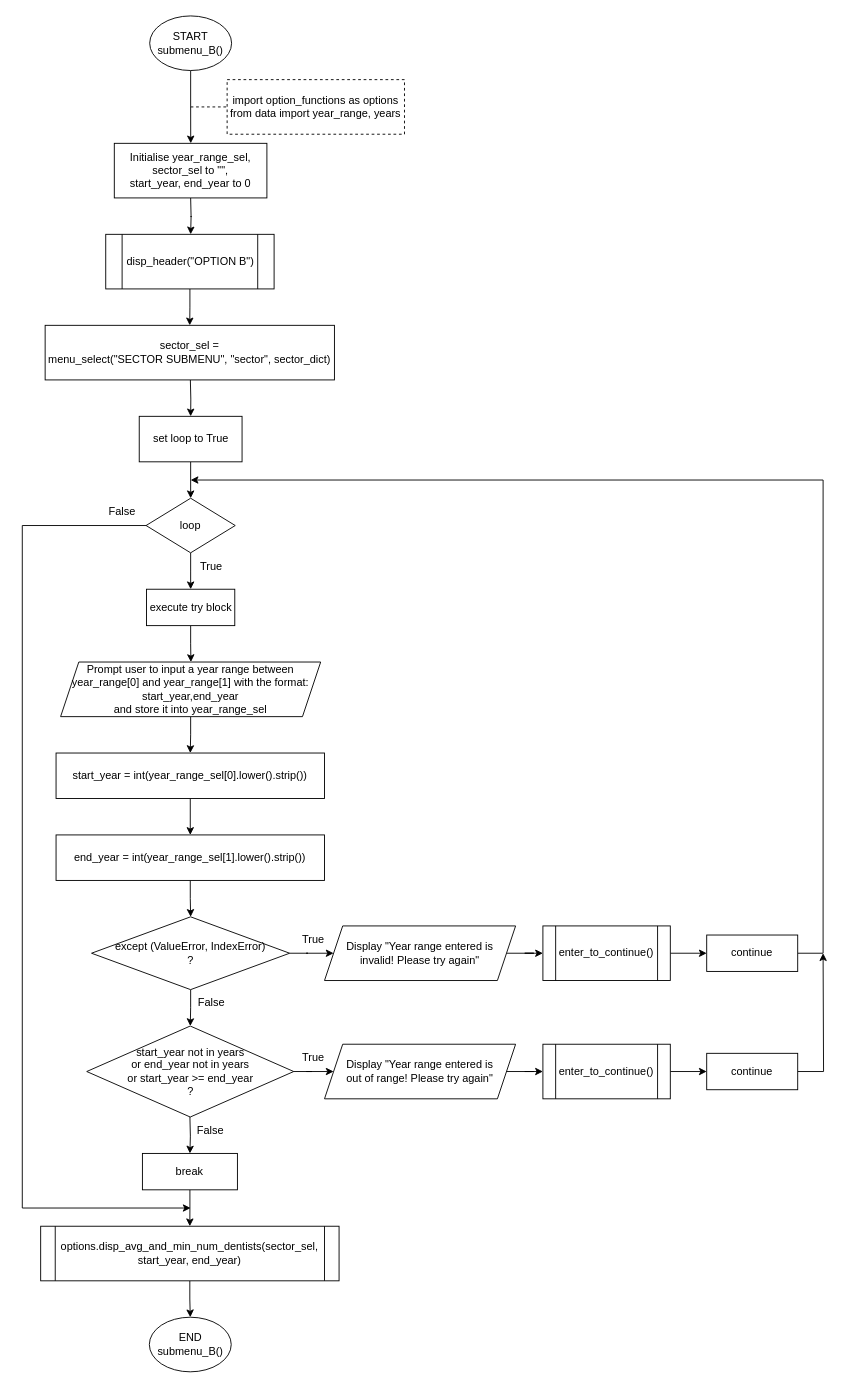
This is Flow Charts/submenu_B.drawio from SNGTech/CPPSProject, a draw.io file, before an edit. Source tidied: cells renumbered, new cells numbered last; positions are measured from the earlier drawing's top-left corner, leaving out a move shared by most shapes. Both pictures are drawn from the tidied source at 91%, with x=0, y=0 at pixel (22, 15).
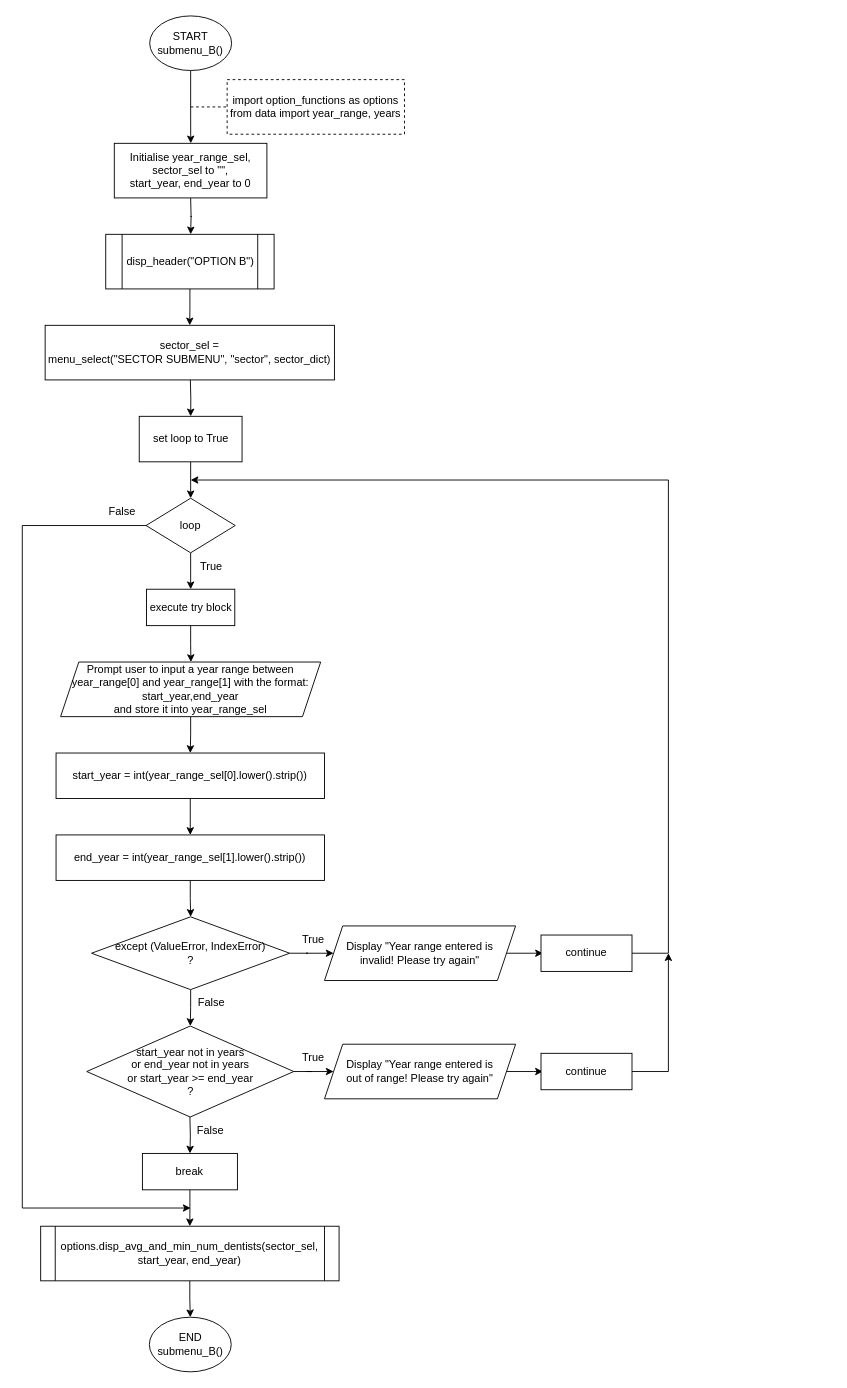
Above is the later version.

Unchanged cells that the change refers to:
```xml
<mxCell id="23" value="Display &quot;Year range entered is&lt;br style=&quot;border-color: var(--border-color);&quot;&gt;invalid! Please try again&quot;" style="shape=parallelogram;perimeter=parallelogramPerimeter;whiteSpace=wrap;html=1;fixedSize=1;" parent="1" vertex="1">
  <mxGeometry x="332.1" y="1000" width="210" height="60" as="geometry" />
</mxCell>
<mxCell id="32" value="Display &quot;Year range entered is &lt;br&gt;out of range! Please try again&quot;" style="shape=parallelogram;perimeter=parallelogramPerimeter;whiteSpace=wrap;html=1;fixedSize=1;" parent="1" vertex="1">
  <mxGeometry x="332.1" y="1130" width="210" height="60" as="geometry" />
</mxCell>
```

What changed in the source:
```diff
@@
-    <mxCell id="22" style="edgeStyle=orthogonalEdgeStyle;rounded=0;jettySize=auto;html=1;" parent="1" edge="1" source="23" target="25">
-      <mxGeometry relative="1" as="geometry" />
+    <mxCell id="22" style="edgeStyle=orthogonalEdgeStyle;rounded=0;jettySize=auto;html=1;" parent="1" edge="1" source="23">
+      <mxGeometry relative="1" as="geometry">
+        <mxPoint x="572.1" y="1030" as="targetPoint" />
+      </mxGeometry>
     </mxCell>
@@
-    <mxCell id="24" style="edgeStyle=orthogonalEdgeStyle;rounded=0;jettySize=auto;html=1;" parent="1" edge="1" source="25" target="28">
-      <mxGeometry relative="1" as="geometry" />
-    </mxCell>
-    <mxCell id="25" value="enter_to_continue()" style="shape=process;whiteSpace=wrap;html=1;backgroundOutline=1;" parent="1" vertex="1">
-      <mxGeometry x="572.1" y="1000" width="140" height="60" as="geometry" />
-    </mxCell>
@@
     <mxCell id="27" style="edgeStyle=orthogonalEdgeStyle;rounded=0;jettySize=auto;html=1;exitX=1;exitY=0.5;exitDx=0;exitDy=0;" parent="1" edge="1" source="28">
       <mxGeometry relative="1" as="geometry">
         <mxPoint x="185" y="510" as="targetPoint" />
         <Array as="points">
-          <mxPoint x="880" y="1030" />
+          <mxPoint x="710" y="1030" />
+          <mxPoint x="710" y="510" />
         </Array>
       </mxGeometry>
     </mxCell>
     <mxCell id="28" value="continue" style="rounded=0;whiteSpace=wrap;html=1;" parent="1" vertex="1">
-      <mxGeometry x="752.1" y="1010" width="100" height="40" as="geometry" />
+      <mxGeometry x="570" y="1010" width="100" height="40" as="geometry" />
     </mxCell>
@@
-    <mxCell id="31" style="edgeStyle=orthogonalEdgeStyle;rounded=0;jettySize=auto;html=1;" parent="1" edge="1" source="32" target="34">
-      <mxGeometry relative="1" as="geometry" />
+    <mxCell id="31" style="edgeStyle=orthogonalEdgeStyle;rounded=0;jettySize=auto;html=1;" parent="1" edge="1" source="32">
+      <mxGeometry relative="1" as="geometry">
+        <mxPoint x="572.1" y="1160" as="targetPoint" />
+      </mxGeometry>
     </mxCell>
@@
-    <mxCell id="33" style="edgeStyle=orthogonalEdgeStyle;rounded=0;jettySize=auto;html=1;" parent="1" edge="1" source="34" target="36">
-      <mxGeometry relative="1" as="geometry" />
-    </mxCell>
-    <mxCell id="34" value="enter_to_continue()" style="shape=process;whiteSpace=wrap;html=1;backgroundOutline=1;" parent="1" vertex="1">
-      <mxGeometry x="572.1" y="1130" width="140" height="60" as="geometry" />
-    </mxCell>
     <mxCell id="35" style="edgeStyle=orthogonalEdgeStyle;rounded=0;jettySize=auto;html=1;exitX=1;exitY=0.5;exitDx=0;exitDy=0;" parent="1" edge="1" source="36">
       <mxGeometry relative="1" as="geometry">
-        <mxPoint x="880" y="1030" as="targetPoint" />
+        <mxPoint x="710" y="1030" as="targetPoint" />
+        <Array as="points">
+          <mxPoint x="710" y="1160" />
+          <mxPoint x="710" y="1030" />
+        </Array>
       </mxGeometry>
     </mxCell>
     <mxCell id="36" value="continue" style="rounded=0;whiteSpace=wrap;html=1;" parent="1" vertex="1">
-      <mxGeometry x="752.1" y="1140" width="100" height="40" as="geometry" />
+      <mxGeometry x="570" y="1140" width="100" height="40" as="geometry" />
     </mxCell>
```
